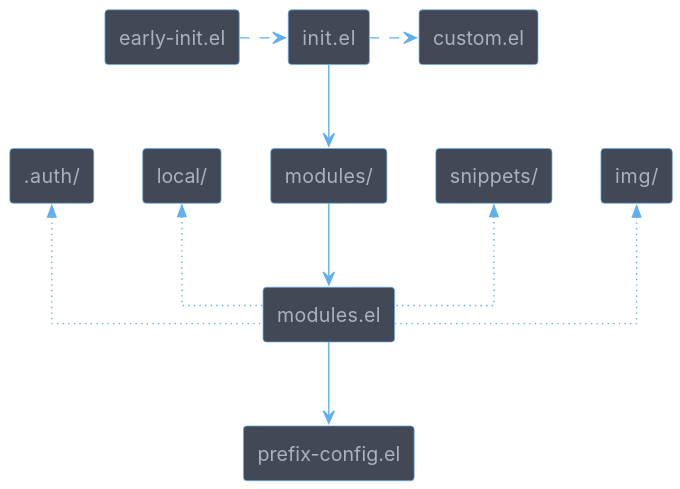
ttybitnik/emacs.d keeps this PlantUML diagram as assets/images/diagram0.svg. Above is the earlier version.
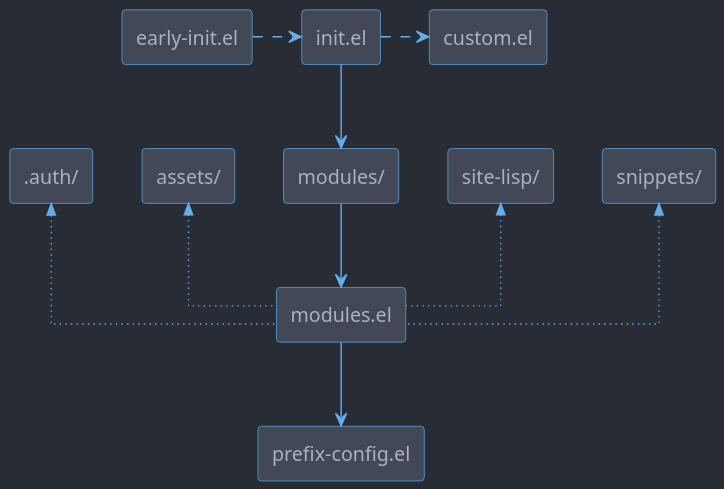
Later version of the same file.

Commit message:
feat(func): add site-lisp for local packages

Change to the diagram source:
```diff
@@ -1,6 +1,5 @@
 @startuml
-!include /home/ttybitnik/.emacs.d/local/theme-plantuml.puml
-skinparam backgroundColor transparent
+!include ./theme-plantuml.puml
 skinparam linetype ortho
 
 agent "early-init.el" as Einit
@@ -11,8 +10,8 @@
 
 
 agent ".auth/" as Auth
-agent "img/" as Img
-agent "local/" as Loc
+agent "site-lisp/" as Site
+agent "assets/" as Ast
 agent "modules/" as Modd
 agent "snippets/" as Snip
 
@@ -22,13 +21,13 @@
 Mod -d-> Tun
 Init .r-> Cstm
 
-Mod ~u->> Loc
+Mod ~u->> Ast
+Mod ~u->> Site
 Mod ~u->> Snip
 Mod ~u->> Auth
-Mod ~u->> Img
 
-Auth -r[hidden]-> Loc
-Img -l[hidden]-> Snip
-Modd -l[hidden]-> Loc
-Loc -r[hidden]-> Snip
+Auth -r[hidden]-> Ast
+Snip -l[hidden]-> Site
+Modd -l[hidden]-> Ast
+Ast  -r[hidden]-> Site
 @enduml
```
